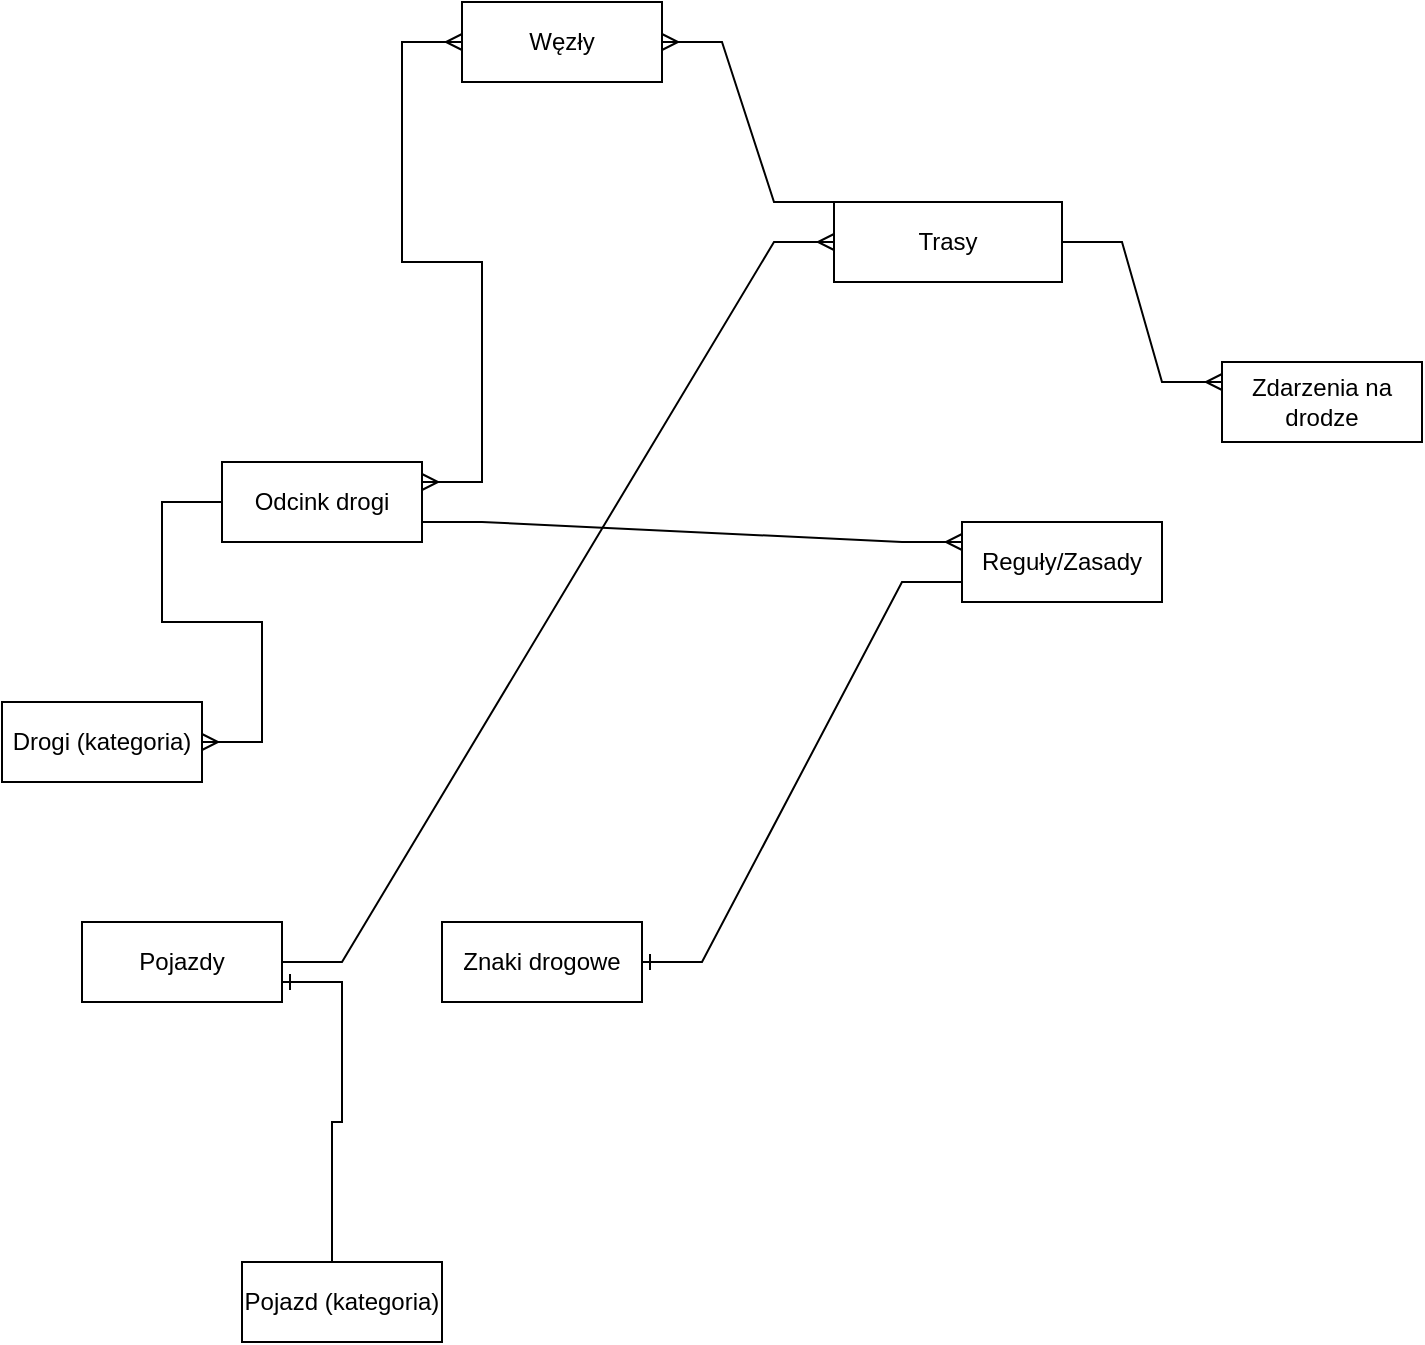
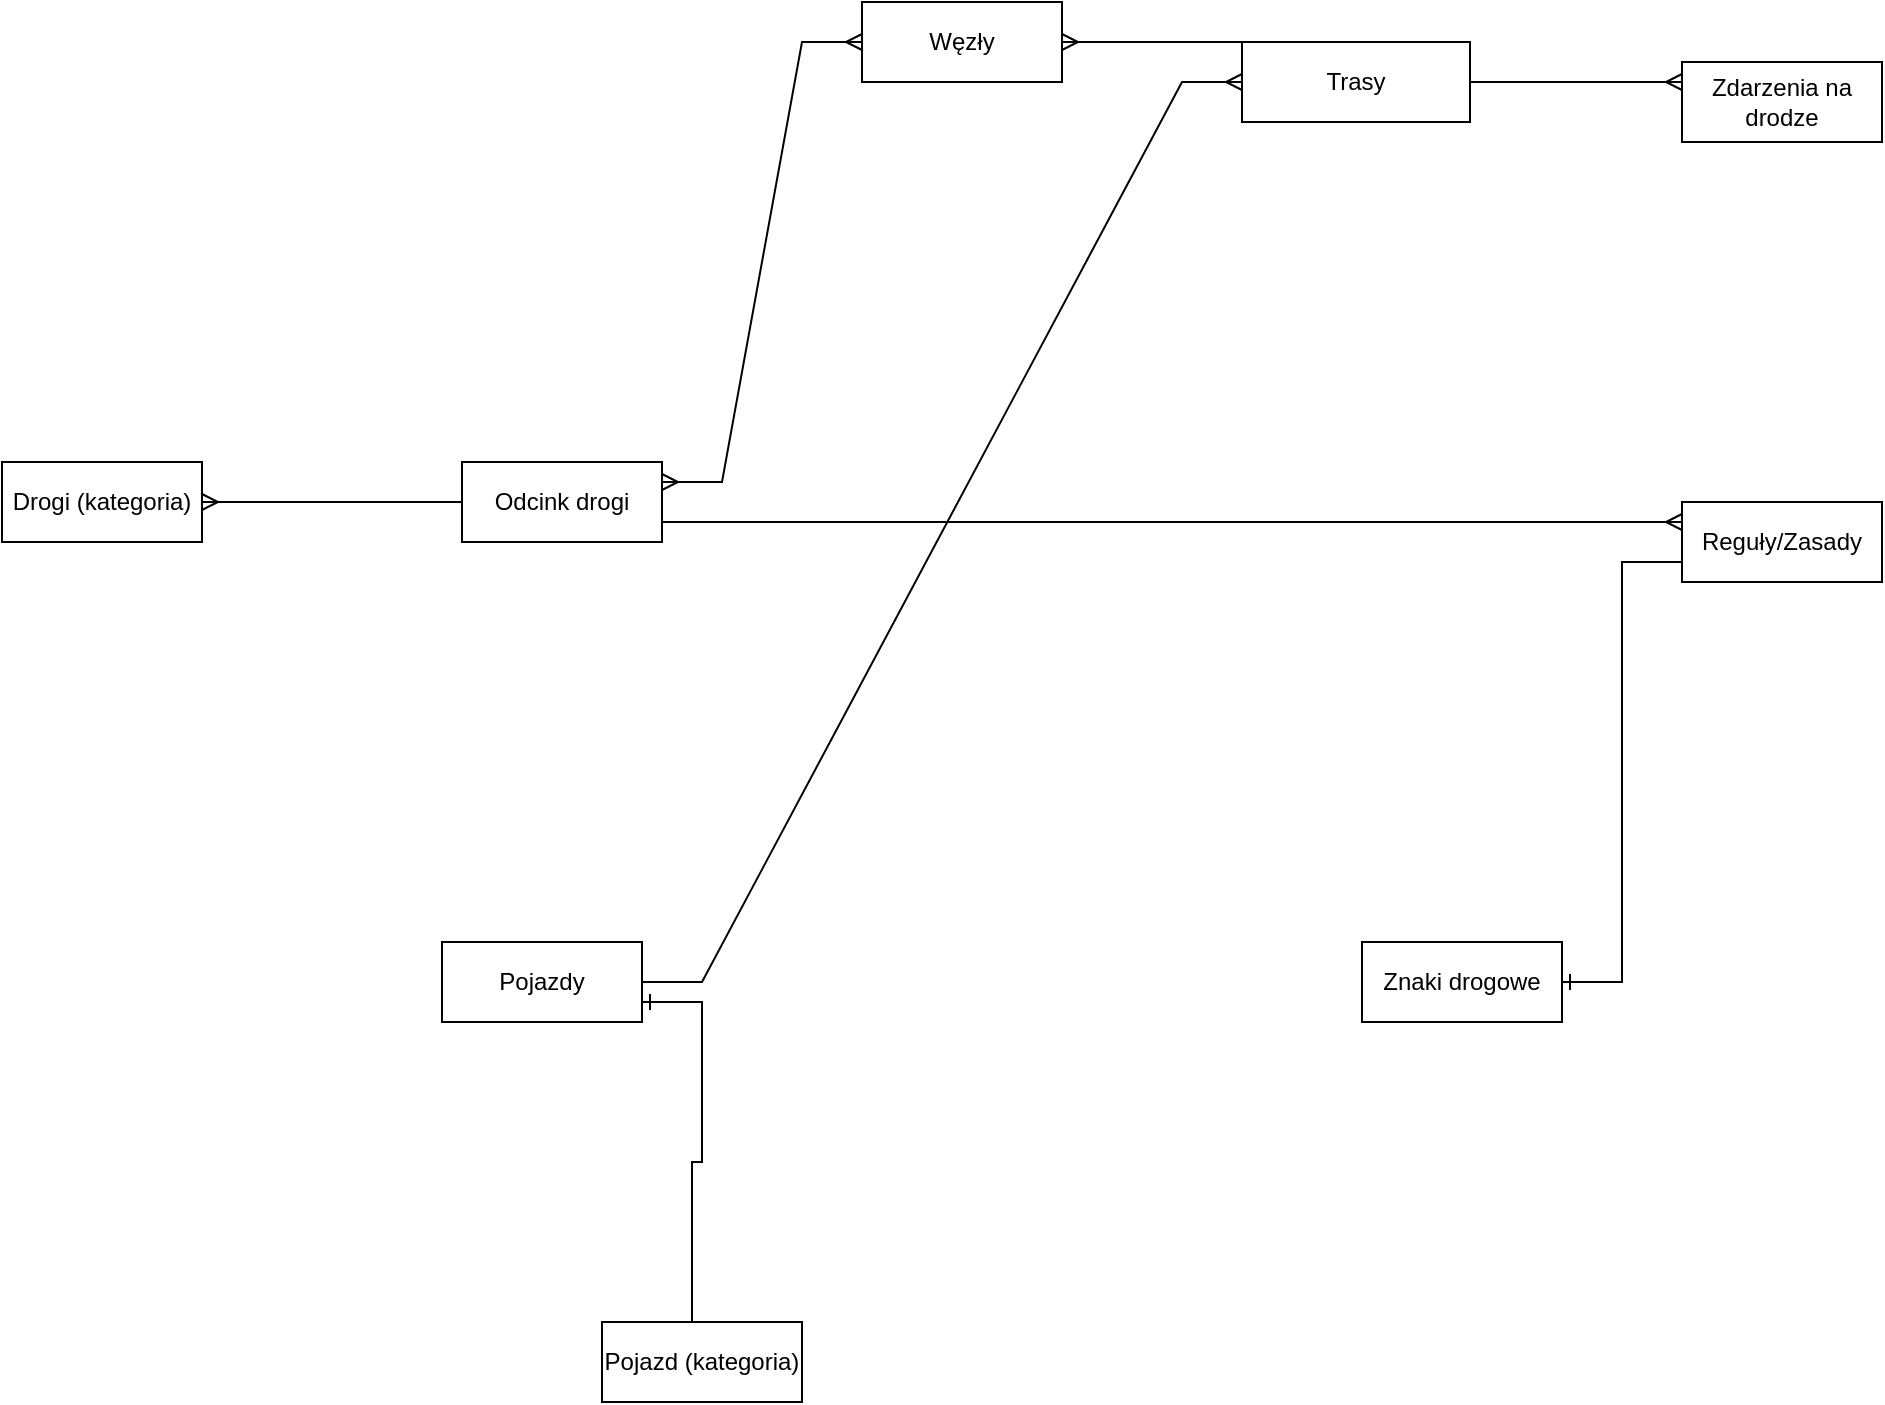
<mxfile host="app.diagrams.net">
  <diagram name="Strona-1" id="Ac67KLS7BCgQroge1M1Z">
-     <mxGraphModel dx="796" dy="916" grid="1" gridSize="10" guides="1" tooltips="1" connect="1" arrows="1" fold="1" page="1" pageScale="1" pageWidth="827" pageHeight="1169" math="0" shadow="0">
+     <mxGraphModel dx="2241" dy="787" grid="1" gridSize="10" guides="1" tooltips="1" connect="1" arrows="1" fold="1" page="1" pageScale="1" pageWidth="827" pageHeight="1169" math="0" shadow="0">
      <root>
        <mxCell id="0" />
        <mxCell id="1" parent="0" />
        <mxCell id="hXZus79lLZIJ3kafm3WL-1" parent="1" style="whiteSpace=wrap;html=1;align=center;" value="Węzły" vertex="1">
          <mxGeometry height="40" width="100" x="270" y="40" as="geometry" />
        </mxCell>
        <mxCell id="hXZus79lLZIJ3kafm3WL-2" parent="1" style="whiteSpace=wrap;html=1;align=center;" value="Odcink drogi" vertex="1">
-           <mxGeometry height="40" width="100" x="150" y="270" as="geometry" />
+           <mxGeometry height="40" width="100" x="70" y="270" as="geometry" />
        </mxCell>
        <mxCell id="hXZus79lLZIJ3kafm3WL-3" parent="1" style="whiteSpace=wrap;html=1;align=center;" value="Drogi (kategoria)" vertex="1">
-           <mxGeometry height="40" width="100" x="40" y="390" as="geometry" />
+           <mxGeometry height="40" width="100" x="-160" y="270" as="geometry" />
        </mxCell>
        <mxCell id="hXZus79lLZIJ3kafm3WL-4" parent="1" style="whiteSpace=wrap;html=1;align=center;" value="Trasy" vertex="1">
-           <mxGeometry height="40" width="114" x="456" y="140" as="geometry" />
+           <mxGeometry height="40" width="114" x="460" y="60" as="geometry" />
        </mxCell>
        <mxCell id="hXZus79lLZIJ3kafm3WL-5" parent="1" style="whiteSpace=wrap;html=1;align=center;" value="Pojazdy" vertex="1">
-           <mxGeometry height="40" width="100" x="80" y="500" as="geometry" />
+           <mxGeometry height="40" width="100" x="60" y="510" as="geometry" />
        </mxCell>
        <mxCell id="hXZus79lLZIJ3kafm3WL-6" parent="1" style="whiteSpace=wrap;html=1;align=center;" value="Pojazd (kategoria)" vertex="1">
-           <mxGeometry height="40" width="100" x="160" y="670" as="geometry" />
+           <mxGeometry height="40" width="100" x="140" y="700" as="geometry" />
        </mxCell>
        <mxCell id="hXZus79lLZIJ3kafm3WL-7" parent="1" style="whiteSpace=wrap;html=1;align=center;" value="Znaki drogowe" vertex="1">
-           <mxGeometry height="40" width="100" x="260" y="500" as="geometry" />
+           <mxGeometry height="40" width="100" x="520" y="510" as="geometry" />
        </mxCell>
        <mxCell id="hXZus79lLZIJ3kafm3WL-8" parent="1" style="whiteSpace=wrap;html=1;align=center;" value="Reguły/Zasady" vertex="1">
-           <mxGeometry height="40" width="100" x="520" y="300" as="geometry" />
+           <mxGeometry height="40" width="100" x="680" y="290" as="geometry" />
        </mxCell>
        <mxCell id="hXZus79lLZIJ3kafm3WL-9" parent="1" style="whiteSpace=wrap;html=1;align=center;" value="Zdarzenia na drodze" vertex="1">
-           <mxGeometry height="40" width="100" x="650" y="220" as="geometry" />
+           <mxGeometry height="40" width="100" x="680" y="70" as="geometry" />
        </mxCell>
        <mxCell id="hXZus79lLZIJ3kafm3WL-15" edge="1" parent="1" source="hXZus79lLZIJ3kafm3WL-2" style="edgeStyle=entityRelationEdgeStyle;fontSize=12;html=1;endArrow=ERmany;rounded=0;entryX=1;entryY=0.5;entryDx=0;entryDy=0;exitX=0;exitY=0.5;exitDx=0;exitDy=0;" target="hXZus79lLZIJ3kafm3WL-3" value="">
          <mxGeometry height="100" relative="1" width="100" as="geometry">
            <mxPoint x="130" y="460" as="sourcePoint" />
            <mxPoint x="230" y="360" as="targetPoint" />
          </mxGeometry>
        </mxCell>
        <mxCell id="hXZus79lLZIJ3kafm3WL-16" edge="1" parent="1" source="hXZus79lLZIJ3kafm3WL-5" style="edgeStyle=entityRelationEdgeStyle;fontSize=12;html=1;endArrow=ERmany;rounded=0;exitX=1;exitY=0.5;exitDx=0;exitDy=0;entryX=0;entryY=0.5;entryDx=0;entryDy=0;" target="hXZus79lLZIJ3kafm3WL-4" value="">
          <mxGeometry height="100" relative="1" width="100" as="geometry">
            <mxPoint x="290" y="270" as="sourcePoint" />
            <mxPoint x="390" y="170" as="targetPoint" />
          </mxGeometry>
        </mxCell>
        <mxCell id="hXZus79lLZIJ3kafm3WL-17" edge="1" parent="1" source="hXZus79lLZIJ3kafm3WL-2" style="edgeStyle=entityRelationEdgeStyle;fontSize=12;html=1;endArrow=ERmany;startArrow=ERmany;rounded=0;exitX=1;exitY=0.25;exitDx=0;exitDy=0;entryX=0;entryY=0.5;entryDx=0;entryDy=0;" target="hXZus79lLZIJ3kafm3WL-1" value="">
          <mxGeometry height="100" relative="1" width="100" as="geometry">
            <mxPoint x="304" y="200" as="sourcePoint" />
            <mxPoint x="170" y="130" as="targetPoint" />
          </mxGeometry>
        </mxCell>
        <mxCell id="hXZus79lLZIJ3kafm3WL-18" edge="1" parent="1" source="hXZus79lLZIJ3kafm3WL-4" style="edgeStyle=entityRelationEdgeStyle;fontSize=12;html=1;endArrow=ERmany;rounded=0;entryX=1;entryY=0.5;entryDx=0;entryDy=0;exitX=0;exitY=0;exitDx=0;exitDy=0;" target="hXZus79lLZIJ3kafm3WL-1" value="">
          <mxGeometry height="100" relative="1" width="100" as="geometry">
            <mxPoint x="240" y="450" as="sourcePoint" />
            <mxPoint x="340" y="350" as="targetPoint" />
          </mxGeometry>
        </mxCell>
        <mxCell id="hXZus79lLZIJ3kafm3WL-19" edge="1" parent="1" source="hXZus79lLZIJ3kafm3WL-4" style="edgeStyle=entityRelationEdgeStyle;fontSize=12;html=1;endArrow=ERmany;rounded=0;exitX=1;exitY=0.5;exitDx=0;exitDy=0;entryX=0;entryY=0.25;entryDx=0;entryDy=0;" target="hXZus79lLZIJ3kafm3WL-9" value="">
          <mxGeometry height="100" relative="1" width="100" as="geometry">
            <mxPoint x="550" y="340" as="sourcePoint" />
            <mxPoint x="650" y="240" as="targetPoint" />
          </mxGeometry>
        </mxCell>
        <mxCell id="hXZus79lLZIJ3kafm3WL-21" edge="1" parent="1" source="hXZus79lLZIJ3kafm3WL-2" style="edgeStyle=entityRelationEdgeStyle;fontSize=12;html=1;endArrow=ERmany;rounded=0;exitX=1;exitY=0.75;exitDx=0;exitDy=0;entryX=0;entryY=0.25;entryDx=0;entryDy=0;" target="hXZus79lLZIJ3kafm3WL-8" value="">
          <mxGeometry height="100" relative="1" width="100" as="geometry">
            <mxPoint x="390" y="220" as="sourcePoint" />
            <mxPoint x="480" y="290" as="targetPoint" />
          </mxGeometry>
        </mxCell>
        <mxCell id="hXZus79lLZIJ3kafm3WL-23" edge="1" parent="1" source="hXZus79lLZIJ3kafm3WL-6" style="edgeStyle=entityRelationEdgeStyle;fontSize=12;html=1;endArrow=ERone;endFill=1;rounded=0;entryX=1;entryY=0.75;entryDx=0;entryDy=0;exitX=0.75;exitY=0;exitDx=0;exitDy=0;" target="hXZus79lLZIJ3kafm3WL-5" value="">
          <mxGeometry height="100" relative="1" width="100" as="geometry">
            <mxPoint x="350" y="560" as="sourcePoint" />
            <mxPoint x="450" y="460" as="targetPoint" />
          </mxGeometry>
        </mxCell>
        <mxCell id="hXZus79lLZIJ3kafm3WL-24" edge="1" parent="1" source="hXZus79lLZIJ3kafm3WL-8" style="edgeStyle=entityRelationEdgeStyle;fontSize=12;html=1;endArrow=ERone;endFill=1;rounded=0;entryX=1;entryY=0.5;entryDx=0;entryDy=0;exitX=0;exitY=0.75;exitDx=0;exitDy=0;" target="hXZus79lLZIJ3kafm3WL-7" value="">
          <mxGeometry height="100" relative="1" width="100" as="geometry">
            <mxPoint x="520" y="370" as="sourcePoint" />
            <mxPoint x="520" y="540" as="targetPoint" />
          </mxGeometry>
        </mxCell>
      </root>
    </mxGraphModel>
  </diagram>
</mxfile>
